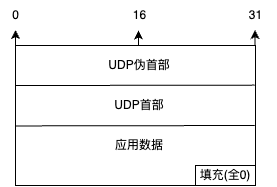
junjie-git/draw.io keeps this draw.io diagram as UDP校验和计算的3部分内容.png. Above is the earlier version. Source tidied: cells renumbered, new cells last; positions are measured from the earlier drawing's top-left corner, leaving out a move shared by most shapes.
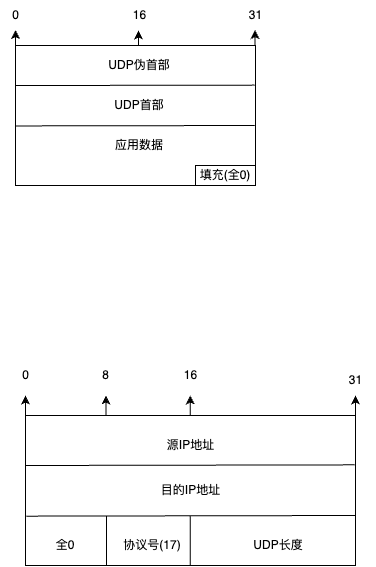
Above is the later version.

Commit message:
更新UDP校验和计算的3部分内容.png

The edit, as a diff of the source:
```diff
@@ -52,5 +52,81 @@
     <mxCell id="14" value="应用数据" style="text;html=1;strokeColor=none;fillColor=none;align=center;verticalAlign=middle;whiteSpace=wrap;rounded=0;fontSize=12;" parent="1" vertex="1">
       <mxGeometry x="106" y="135" width="66" height="20" as="geometry" />
     </mxCell>
+    <mxCell id="15" style="edgeStyle=orthogonalEdgeStyle;rounded=0;jettySize=auto;html=1;exitX=0;exitY=0;exitDx=0;exitDy=0;fontSize=12;" parent="1" edge="1" source="16">
+      <mxGeometry relative="1" as="geometry">
+        <mxPoint x="24.9" y="395" as="targetPoint" />
+      </mxGeometry>
+    </mxCell>
+    <mxCell id="16" style="rounded=0;whiteSpace=wrap;html=1;fontSize=12;" parent="1" vertex="1">
+      <mxGeometry x="25" y="415" width="330" height="150" as="geometry" />
+    </mxCell>
+    <mxCell id="17" style="endArrow=none;html=1;rounded=0;fontSize=12;entryX=0.998;entryY=0.329;entryDx=0;entryDy=0;entryPerimeter=0;" parent="1" edge="1" target="16">
+      <mxGeometry relative="1" as="geometry">
+        <mxPoint x="25" y="465" as="sourcePoint" />
+      </mxGeometry>
+    </mxCell>
+    <mxCell id="18" style="endArrow=none;html=1;rounded=0;fontSize=12;entryX=0.998;entryY=0.329;entryDx=0;entryDy=0;entryPerimeter=0;" parent="1" edge="1">
+      <mxGeometry relative="1" as="geometry">
+        <mxPoint x="25.7" y="515.6" as="sourcePoint" />
+        <mxPoint x="355" y="515" as="targetPoint" />
+      </mxGeometry>
+    </mxCell>
+    <mxCell id="19" value="源IP地址" style="text;html=1;strokeColor=none;fillColor=none;align=center;verticalAlign=middle;whiteSpace=wrap;rounded=0;fontSize=12;" parent="1" vertex="1">
+      <mxGeometry x="152.5" y="435" width="75" height="20" as="geometry" />
+    </mxCell>
+    <mxCell id="20" value="目的IP地址" style="text;html=1;strokeColor=none;fillColor=none;align=center;verticalAlign=middle;whiteSpace=wrap;rounded=0;fontSize=12;" parent="1" vertex="1">
+      <mxGeometry x="152.5" y="480" width="75" height="20" as="geometry" />
+    </mxCell>
+    <mxCell id="21" style="endArrow=none;html=1;rounded=0;fontSize=12;" parent="1" edge="1">
+      <mxGeometry relative="1" as="geometry">
+        <mxPoint x="189.7" y="565" as="sourcePoint" />
+        <mxPoint x="189.7" y="515" as="targetPoint" />
+      </mxGeometry>
+    </mxCell>
+    <mxCell id="22" style="endArrow=none;html=1;rounded=0;fontSize=12;" parent="1" edge="1">
+      <mxGeometry relative="1" as="geometry">
+        <mxPoint x="106" y="565" as="sourcePoint" />
+        <mxPoint x="106" y="515" as="targetPoint" />
+      </mxGeometry>
+    </mxCell>
+    <mxCell id="23" value="全0" style="text;html=1;strokeColor=none;fillColor=none;align=center;verticalAlign=middle;whiteSpace=wrap;rounded=0;fontSize=12;" parent="1" vertex="1">
+      <mxGeometry x="35" y="535" width="60" height="20" as="geometry" />
+    </mxCell>
+    <mxCell id="24" value="协议号(17)" style="text;html=1;strokeColor=none;fillColor=none;align=center;verticalAlign=middle;whiteSpace=wrap;rounded=0;fontSize=12;" parent="1" vertex="1">
+      <mxGeometry x="119" y="535" width="66" height="20" as="geometry" />
+    </mxCell>
+    <mxCell id="25" value="UDP长度" style="text;html=1;strokeColor=none;fillColor=none;align=center;verticalAlign=middle;whiteSpace=wrap;rounded=0;fontSize=12;" parent="1" vertex="1">
+      <mxGeometry x="245" y="535" width="66" height="20" as="geometry" />
+    </mxCell>
+    <mxCell id="26" style="edgeStyle=orthogonalEdgeStyle;rounded=0;orthogonalLoop=1;jettySize=auto;html=1;exitX=0;exitY=0;exitDx=0;exitDy=0;fontSize=12;" parent="1" edge="1">
+      <mxGeometry relative="1" as="geometry">
+        <mxPoint x="105.5" y="415" as="sourcePoint" />
+        <mxPoint x="105.5" y="395" as="targetPoint" />
+      </mxGeometry>
+    </mxCell>
+    <mxCell id="27" style="edgeStyle=orthogonalEdgeStyle;rounded=0;orthogonalLoop=1;jettySize=auto;html=1;exitX=0;exitY=0;exitDx=0;exitDy=0;fontSize=12;" parent="1" edge="1">
+      <mxGeometry relative="1" as="geometry">
+        <mxPoint x="189.8" y="415" as="sourcePoint" />
+        <mxPoint x="189.7" y="395" as="targetPoint" />
+      </mxGeometry>
+    </mxCell>
+    <mxCell id="28" style="edgeStyle=orthogonalEdgeStyle;rounded=0;orthogonalLoop=1;jettySize=auto;html=1;exitX=0;exitY=0;exitDx=0;exitDy=0;fontSize=12;" parent="1" edge="1">
+      <mxGeometry relative="1" as="geometry">
+        <mxPoint x="355" y="415" as="sourcePoint" />
+        <mxPoint x="355" y="395" as="targetPoint" />
+      </mxGeometry>
+    </mxCell>
+    <mxCell id="29" value="0" style="text;html=1;align=center;verticalAlign=middle;strokeColor=none;fillColor=none;fontSize=12;" parent="1" vertex="1">
+      <mxGeometry x="10" y="360" width="30" height="30" as="geometry" />
+    </mxCell>
+    <mxCell id="30" value="8" style="text;html=1;align=center;verticalAlign=middle;strokeColor=none;fillColor=none;fontSize=12;" parent="1" vertex="1">
+      <mxGeometry x="90" y="360" width="30" height="30" as="geometry" />
+    </mxCell>
+    <mxCell id="31" value="16" style="text;html=1;align=center;verticalAlign=middle;strokeColor=none;fillColor=none;fontSize=12;" parent="1" vertex="1">
+      <mxGeometry x="170" y="360" width="40" height="30" as="geometry" />
+    </mxCell>
+    <mxCell id="32" value="31" style="text;html=1;align=center;verticalAlign=middle;strokeColor=none;fillColor=none;fontSize=12;" parent="1" vertex="1">
+      <mxGeometry x="335" y="365" width="40" height="30" as="geometry" />
+    </mxCell>
   </root>
 </mxGraphModel>
```
